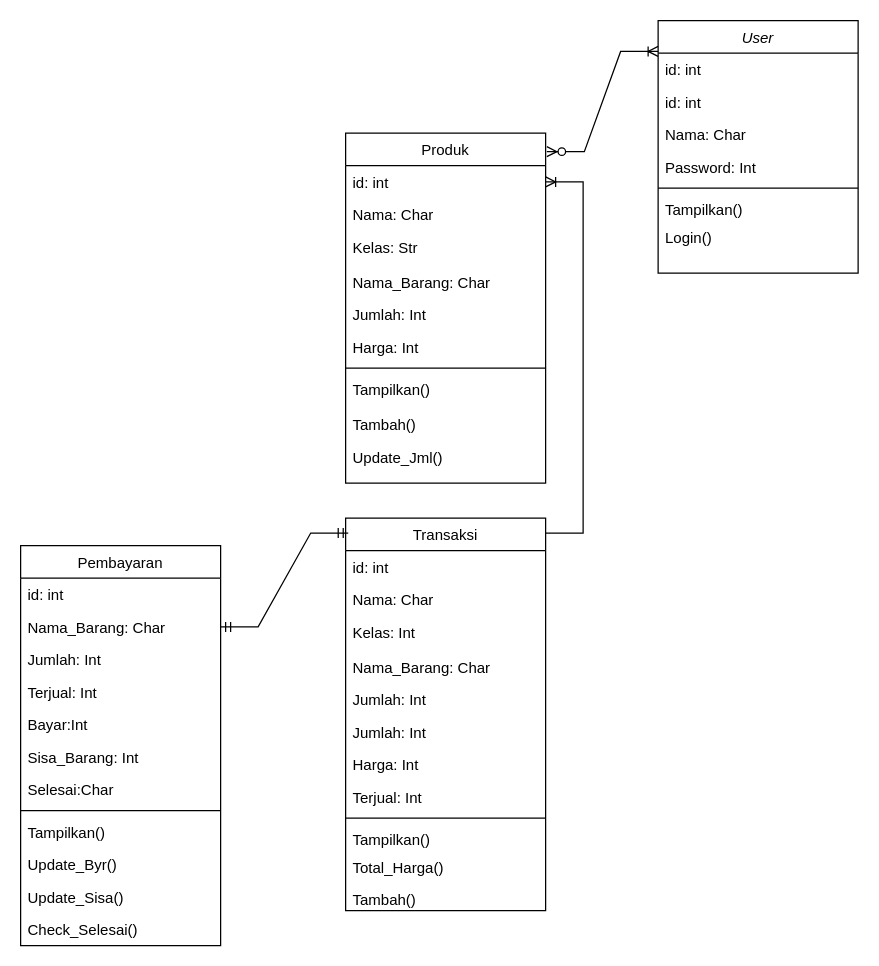
Before: class diagram.drawio in R-TSE-Real-Time-Software-Engineers/SPW-Canteen, a draw.io diagram. Source tidied: cells renumbered, new cells numbered last; positions are measured from the earlier drawing's top-left corner, leaving out a move shared by most shapes. Both pictures are drawn from the tidied source at 125%, with x=0, y=0 at pixel (20, -52).
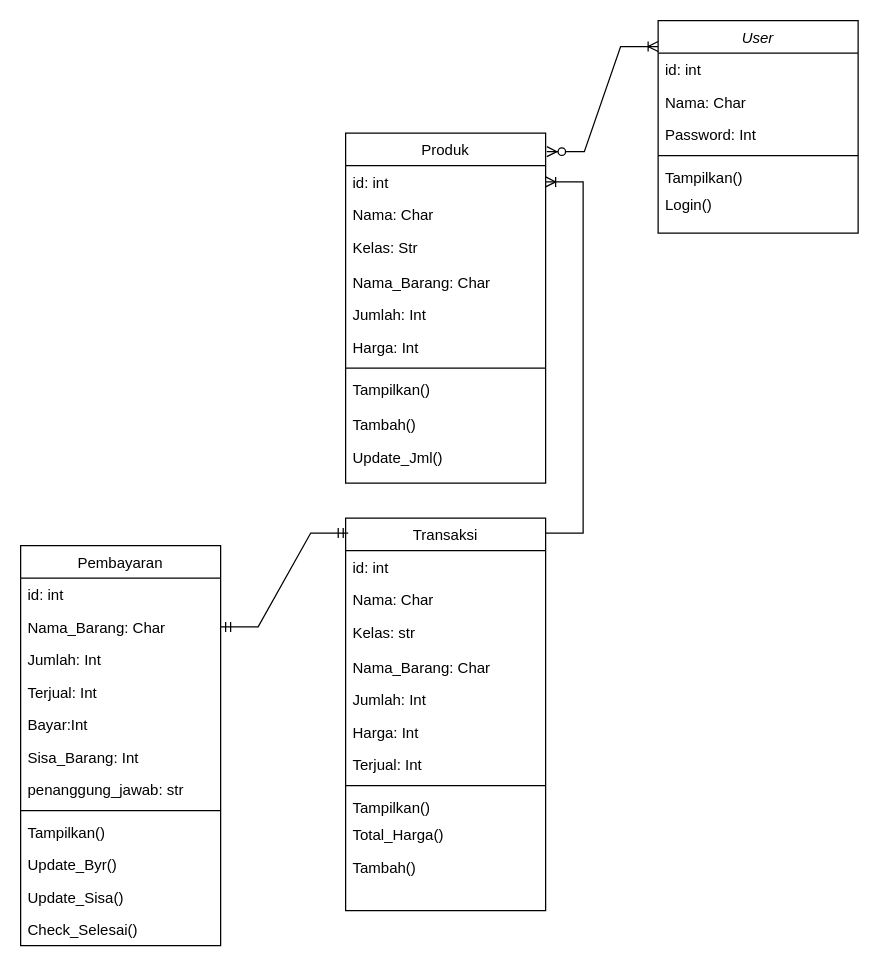
The same diagram, later.

The change refers to these unchanged cells:
```xml
<mxCell id="21" value="Transaksi" style="swimlane;fontStyle=0;align=center;verticalAlign=top;horizontal=1;startSize=26;rounded=0;shadow=0;strokeWidth=1;" parent="1" vertex="1">
  <mxGeometry x="260" y="456" width="160" height="314" as="geometry" />
</mxCell>
<mxCell id="34" value="Pembayaran" style="swimlane;fontStyle=0;align=center;verticalAlign=top;horizontal=1;startSize=26;rounded=0;shadow=0;strokeWidth=1;" parent="1" vertex="1">
  <mxGeometry y="478" width="160" height="320" as="geometry" />
</mxCell>
```

The edit, as a diff of the source:
```diff
@@
     <mxCell id="2" value="User" style="swimlane;fontStyle=2;align=center;verticalAlign=top;horizontal=1;startSize=26;rounded=0;shadow=0;strokeWidth=1;" parent="1" vertex="1">
-      <mxGeometry x="510" y="58" width="160" height="202" as="geometry" />
+      <mxGeometry x="510" y="58" width="160" height="170" as="geometry" />
     </mxCell>
-    <mxCell id="3" value="id: int" style="text;align=left;verticalAlign=top;spacingLeft=4;spacingRight=4;overflow=hidden;rounded=0;shadow=0;html=0;" parent="2" vertex="1">
-      <mxGeometry y="26" width="160" height="26" as="geometry" />
-    </mxCell>
     <mxCell id="4" value="id: int" style="text;align=left;verticalAlign=top;spacingLeft=4;spacingRight=4;overflow=hidden;rounded=0;shadow=0;html=0;" parent="2" vertex="1">
-      <mxGeometry y="52" width="160" height="26" as="geometry" />
+      <mxGeometry y="26" width="160" height="26" as="geometry" />
     </mxCell>
     <mxCell id="5" value="Nama: Char" style="text;align=left;verticalAlign=top;spacingLeft=4;spacingRight=4;overflow=hidden;" parent="2" vertex="1">
-      <mxGeometry y="78" width="160" height="26" as="geometry" />
+      <mxGeometry y="52" width="160" height="26" as="geometry" />
     </mxCell>
     <mxCell id="6" value="Password: Int" style="text;align=left;verticalAlign=top;spacingLeft=4;spacingRight=4;overflow=hidden;rounded=0;shadow=0;html=0;" parent="2" vertex="1">
-      <mxGeometry y="104" width="160" height="26" as="geometry" />
+      <mxGeometry y="78" width="160" height="26" as="geometry" />
     </mxCell>
     <mxCell id="7" style="line;html=1;strokeWidth=1;align=left;verticalAlign=middle;spacingTop=-1;spacingLeft=3;spacingRight=3;labelPosition=right;" parent="2" vertex="1">
-      <mxGeometry y="130" width="160" height="8" as="geometry" />
+      <mxGeometry y="104" width="160" height="8" as="geometry" />
     </mxCell>
     <mxCell id="8" value="Tampilkan()" style="text;align=left;verticalAlign=top;spacingLeft=4;spacingRight=4;overflow=hidden;" parent="2" vertex="1">
-      <mxGeometry y="138" width="160" height="22" as="geometry" />
+      <mxGeometry y="112" width="160" height="22" as="geometry" />
     </mxCell>
     <mxCell id="9" value="Login()" style="text;align=left;verticalAlign=top;spacingLeft=4;spacingRight=4;overflow=hidden;" parent="2" vertex="1">
-      <mxGeometry y="160" width="160" height="22" as="geometry" />
+      <mxGeometry y="134" width="160" height="22" as="geometry" />
     </mxCell>
@@
-    <mxCell id="24" value="Kelas: Int" style="text;align=left;verticalAlign=top;spacingLeft=4;spacingRight=4;overflow=hidden;rounded=0;shadow=0;html=0;" parent="21" vertex="1">
+    <mxCell id="24" value="Kelas: str" style="text;align=left;verticalAlign=top;spacingLeft=4;spacingRight=4;overflow=hidden;rounded=0;shadow=0;html=0;" parent="21" vertex="1">
       <mxGeometry y="78" width="160" height="28" as="geometry" />
     </mxCell>
@@
-    <mxCell id="26" value="Jumlah: Int" style="text;align=left;verticalAlign=top;spacingLeft=4;spacingRight=4;overflow=hidden;rounded=0;shadow=0;html=0;" parent="21" vertex="1">
-      <mxGeometry y="132" width="160" height="26" as="geometry" />
-    </mxCell>
     <mxCell id="27" value="Jumlah: Int" style="text;align=left;verticalAlign=top;spacingLeft=4;spacingRight=4;overflow=hidden;rounded=0;shadow=0;html=0;" parent="21" vertex="1">
-      <mxGeometry y="158" width="160" height="26" as="geometry" />
+      <mxGeometry y="132" width="160" height="26" as="geometry" />
     </mxCell>
     <mxCell id="28" value="Harga: Int" style="text;align=left;verticalAlign=top;spacingLeft=4;spacingRight=4;overflow=hidden;rounded=0;shadow=0;html=0;" parent="21" vertex="1">
-      <mxGeometry y="184" width="160" height="26" as="geometry" />
+      <mxGeometry y="158" width="160" height="26" as="geometry" />
     </mxCell>
     <mxCell id="29" value="Terjual: Int" style="text;align=left;verticalAlign=top;spacingLeft=4;spacingRight=4;overflow=hidden;rounded=0;shadow=0;html=0;" parent="21" vertex="1">
-      <mxGeometry y="210" width="160" height="26" as="geometry" />
+      <mxGeometry y="184" width="160" height="26" as="geometry" />
     </mxCell>
     <mxCell id="30" style="line;html=1;strokeWidth=1;align=left;verticalAlign=middle;spacingTop=-1;spacingLeft=3;spacingRight=3;labelPosition=right;" parent="21" vertex="1">
-      <mxGeometry y="236" width="160" height="8" as="geometry" />
+      <mxGeometry y="210" width="160" height="8" as="geometry" />
     </mxCell>
     <mxCell id="31" value="Tampilkan()" style="text;align=left;verticalAlign=top;spacingLeft=4;spacingRight=4;overflow=hidden;" parent="21" vertex="1">
-      <mxGeometry y="244" width="160" height="22" as="geometry" />
+      <mxGeometry y="218" width="160" height="22" as="geometry" />
     </mxCell>
     <mxCell id="32" value="Total_Harga()" style="text;align=left;verticalAlign=top;spacingLeft=4;spacingRight=4;overflow=hidden;" parent="21" vertex="1">
-      <mxGeometry y="266" width="160" height="26" as="geometry" />
+      <mxGeometry y="240" width="160" height="26" as="geometry" />
     </mxCell>
     <mxCell id="33" value="Tambah()" style="text;align=left;verticalAlign=top;spacingLeft=4;spacingRight=4;overflow=hidden;" parent="21" vertex="1">
-      <mxGeometry y="292" width="160" height="22" as="geometry" />
+      <mxGeometry y="266" width="160" height="22" as="geometry" />
     </mxCell>
@@
-    <mxCell id="41" value="Selesai:Char" style="text;align=left;verticalAlign=top;spacingLeft=4;spacingRight=4;overflow=hidden;rounded=0;shadow=0;html=0;" parent="34" vertex="1">
+    <mxCell id="41" value="penanggung_jawab: str" style="text;align=left;verticalAlign=top;spacingLeft=4;spacingRight=4;overflow=hidden;rounded=0;shadow=0;html=0;" parent="34" vertex="1">
       <mxGeometry y="182" width="160" height="26" as="geometry" />
     </mxCell>
```
